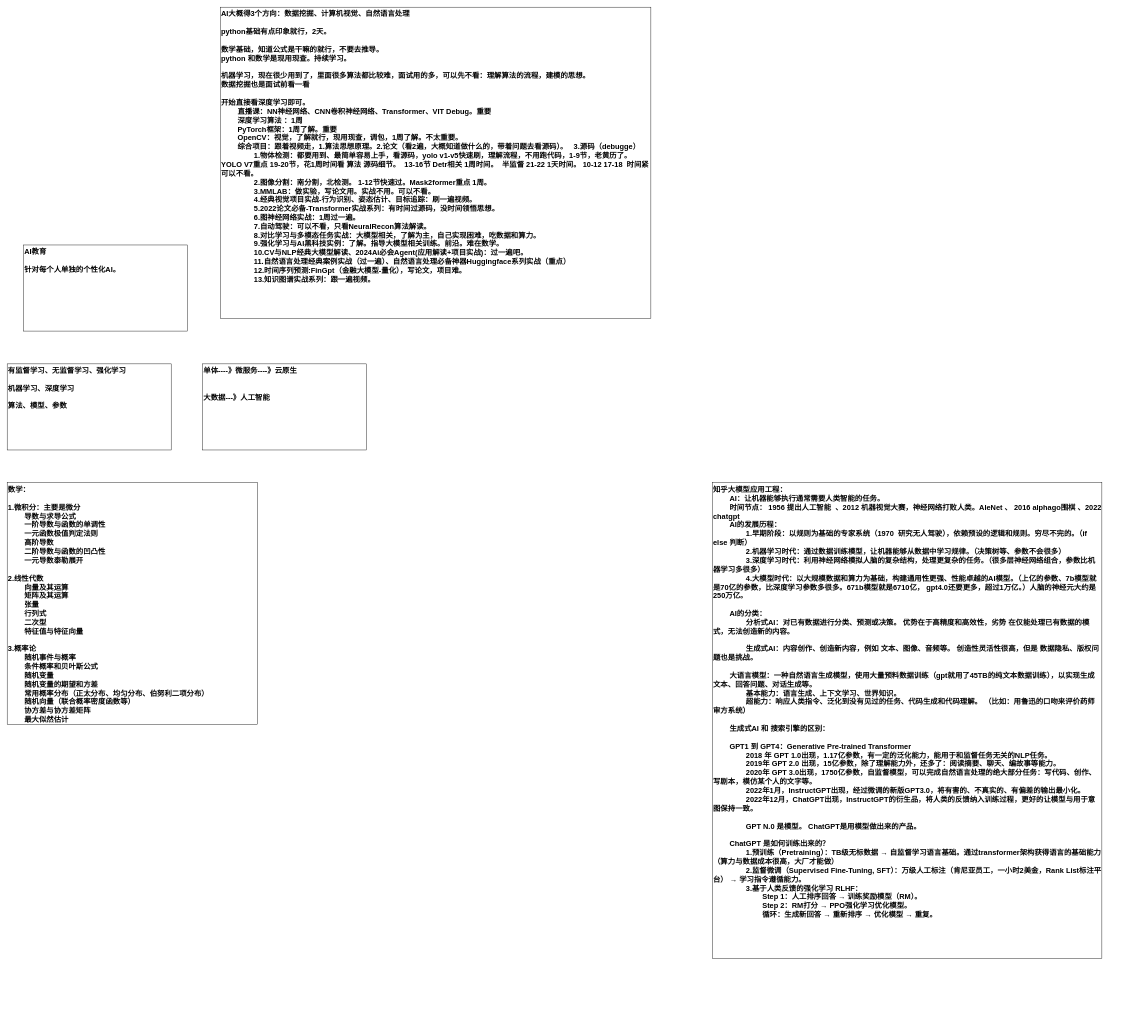
This is AI/百战AI.drawio from KGwolf/MyDraw, a draw.io file, before an edit. Source tidied: cells renumbered, new cells numbered last; positions are measured from the earlier drawing's top-left corner, leaving out a move shared by most shapes. Both pictures are drawn from the tidied source at 41%, with x=0, y=0 at pixel (7, 7).
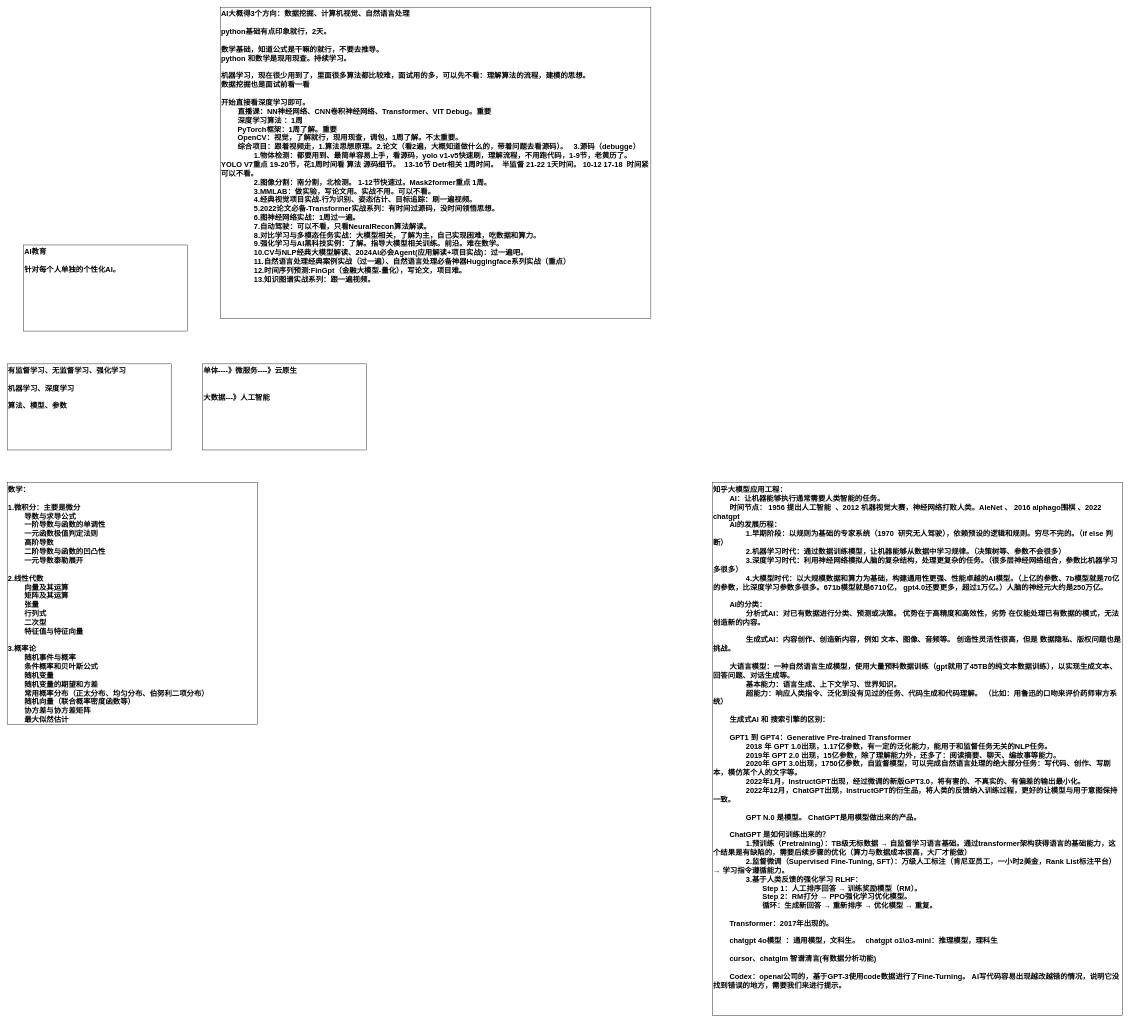
The same diagram, later.

The edit, as a diff of the source:
```diff
@@
-    <mxCell id="7" value="知乎大模型应用工程：&lt;div&gt;&lt;span style=&quot;white-space: pre;&quot;&gt;&#9;&lt;/span&gt;AI：让机器能够执行通常需要人类智能的任务。&lt;/div&gt;&lt;div&gt;&lt;span style=&quot;white-space: pre;&quot;&gt;&#9;&lt;/span&gt;时间节点： 1956 提出人工智能&amp;nbsp; 、2012 机器视觉大赛，神经网络打败人类。AleNet 、 2016 alphago围棋 、2022 chatgpt&lt;br&gt;&lt;div&gt;&lt;span style=&quot;white-space: pre;&quot;&gt;&#9;&lt;/span&gt;AI的发展历程：&lt;br&gt;&lt;/div&gt;&lt;div&gt;&lt;span style=&quot;white-space: pre;&quot;&gt;&#9;&lt;/span&gt;&lt;span style=&quot;white-space: pre;&quot;&gt;&#9;&lt;/span&gt;1.早期阶段：以规则为基础的专家系统（1970&amp;nbsp; 研究无人驾驶），依赖预设的逻辑和规则。穷尽不完的。（if else 判断）&lt;br&gt;&lt;/div&gt;&lt;div&gt;&lt;span style=&quot;white-space: pre;&quot;&gt;&#9;&lt;/span&gt;&lt;span style=&quot;white-space: pre;&quot;&gt;&#9;&lt;/span&gt;2.机器学习时代：通过数据训练模型，让机器能够从数据中学习规律。（决策树等、参数不会很多）&lt;br&gt;&lt;/div&gt;&lt;/div&gt;&lt;div&gt;&lt;span style=&quot;white-space: pre;&quot;&gt;&#9;&lt;/span&gt;&lt;span style=&quot;white-space: pre;&quot;&gt;&#9;&lt;/span&gt;3.深度学习时代：利用神经网络模拟人脑的复杂结构，处理更复杂的任务。（很多层神经网络组合，参数比机器学习多很多）&lt;br&gt;&lt;/div&gt;&lt;div&gt;&lt;span style=&quot;white-space: pre;&quot;&gt;&#9;&lt;/span&gt;&lt;span style=&quot;white-space: pre;&quot;&gt;&#9;&lt;/span&gt;4.大模型时代：以大规模数据和算力为基础，构建通用性更强、性能卓越的AI模型。（上亿的参数、7b模型就是70亿的参数，比深度学习参数多很多。671b模型就是6710亿， gpt4.0还要更多，超过1万亿。）&lt;span style=&quot;background-color: transparent; color: light-dark(rgb(0, 0, 0), rgb(255, 255, 255));&quot;&gt;人脑的神经元大约是250万亿。&lt;/span&gt;&lt;br&gt;&lt;/div&gt;&lt;div&gt;&lt;span style=&quot;white-space: pre;&quot;&gt;&#9;&lt;/span&gt;&lt;br&gt;&lt;/div&gt;&lt;div&gt;&lt;span style=&quot;white-space: pre;&quot;&gt;&#9;&lt;/span&gt;AI的分类：&lt;br&gt;&lt;/div&gt;&lt;div&gt;&lt;span style=&quot;white-space: pre;&quot;&gt;&#9;&lt;/span&gt;&lt;span style=&quot;white-space: pre;&quot;&gt;&#9;&lt;/span&gt;分析式AI：对已有数据进行分类、预测或决策。 优势在于高精度和高效性，劣势 在仅能处理已有数据的模式，无法创造新的内容。&lt;br&gt;&lt;/div&gt;&lt;div&gt;&lt;span style=&quot;white-space: pre;&quot;&gt;&#9;&lt;/span&gt;&lt;span style=&quot;white-space: pre;&quot;&gt;&#9;&lt;/span&gt;&lt;br&gt;&lt;/div&gt;&lt;div&gt;&lt;span style=&quot;white-space: pre;&quot;&gt;&#9;&lt;/span&gt;&lt;span style=&quot;white-space: pre;&quot;&gt;&#9;&lt;/span&gt;生成式AI：内容创作、创造新内容，例如 文本、图像、音频等。 创造性灵活性很高，但是 数据隐私、版权问题也是挑战。&lt;br&gt;&lt;/div&gt;&lt;div&gt;&lt;br&gt;&lt;/div&gt;&lt;div&gt;&lt;span style=&quot;white-space: pre;&quot;&gt;&#9;&lt;/span&gt;大语言模型：一种自然语言生成模型，使用大量预料数据训练（gpt就用了45TB的纯文本数据训练），以实现生成文本、回答问题、对话生成等。&lt;br&gt;&lt;/div&gt;&lt;div&gt;&lt;span style=&quot;white-space: pre;&quot;&gt;&#9;&lt;/span&gt;&lt;span style=&quot;white-space: pre;&quot;&gt;&#9;&lt;/span&gt;基本能力：语言生成、上下文学习、世界知识。&lt;br&gt;&lt;/div&gt;&lt;div&gt;&lt;span style=&quot;white-space: pre;&quot;&gt;&#9;&lt;/span&gt;&lt;span style=&quot;white-space: pre;&quot;&gt;&#9;&lt;/span&gt;超能力：响应人类指令、泛化到没有见过的任务、代码生成和代码理解。 （比如：用鲁迅的口吻来评价药师审方系统）&lt;br&gt;&lt;/div&gt;&lt;div&gt;&lt;br&gt;&lt;/div&gt;&lt;div&gt;&lt;span style=&quot;white-space: pre;&quot;&gt;&#9;&lt;/span&gt;生成式AI 和 搜索引擎的区别：&lt;br&gt;&lt;/div&gt;&lt;div&gt;&lt;br&gt;&lt;/div&gt;&lt;div&gt;&lt;span style=&quot;white-space: pre;&quot;&gt;&#9;&lt;/span&gt;GPT1 到 GPT4：Generative Pre-trained Transformer&lt;br&gt;&lt;/div&gt;&lt;div&gt;&lt;span style=&quot;white-space: pre;&quot;&gt;&#9;&lt;/span&gt;&lt;span style=&quot;white-space: pre;&quot;&gt;&#9;&lt;/span&gt;2018 年 GPT 1.0出现，1.17亿参数，有一定的泛化能力，能用于和监督任务无关的NLP任务。&lt;br&gt;&lt;/div&gt;&lt;div&gt;&lt;span style=&quot;white-space: pre;&quot;&gt;&#9;&lt;/span&gt;&lt;span style=&quot;white-space: pre;&quot;&gt;&#9;&lt;/span&gt;2019年 GPT 2.0 出现，15亿参数，除了理解能力外，还多了：阅读摘要、聊天、编故事等能力。&lt;br&gt;&lt;/div&gt;&lt;div&gt;&lt;span style=&quot;white-space: pre;&quot;&gt;&#9;&lt;/span&gt;&lt;span style=&quot;white-space: pre;&quot;&gt;&#9;&lt;/span&gt;2020年 GPT 3.0出现，1750亿参数，自监督模型，可以完成自然语言处理的绝大部分任务：写代码、创作、写剧本，模仿某个人的文字等。&lt;/div&gt;&lt;div&gt;&lt;span style=&quot;white-space: pre;&quot;&gt;&#9;&lt;/span&gt;&lt;span style=&quot;white-space: pre;&quot;&gt;&#9;&lt;/span&gt;2022年1月，InstructGPT出现，经过微调的新版GPT3.0，将有害的、不真实的、有偏差的输出最小化。&lt;br&gt;&lt;/div&gt;&lt;div&gt;&lt;span style=&quot;white-space: pre;&quot;&gt;&#9;&lt;/span&gt;&lt;span style=&quot;white-space: pre;&quot;&gt;&#9;&lt;/span&gt;2022年12月，ChatGPT出现，&lt;span style=&quot;background-color: transparent; color: light-dark(rgb(0, 0, 0), rgb(255, 255, 255));&quot;&gt;InstructGPT的衍生品，将人类的反馈纳入训练过程，更好的让模型与用于意图保持一致。&lt;/span&gt;&lt;br&gt;&lt;/div&gt;&lt;div&gt;&lt;span style=&quot;background-color: transparent; color: light-dark(rgb(0, 0, 0), rgb(255, 255, 255));&quot;&gt;&lt;br&gt;&lt;/span&gt;&lt;/div&gt;&lt;div&gt;&lt;span style=&quot;background-color: transparent; color: light-dark(rgb(0, 0, 0), rgb(255, 255, 255));&quot;&gt;&lt;span style=&quot;white-space: pre;&quot;&gt;&#9;&lt;/span&gt;&lt;span style=&quot;white-space: pre;&quot;&gt;&#9;&lt;/span&gt;GPT N.0 是模型。 ChatGPT是用模型做出来的产品。&lt;br&gt;&lt;/span&gt;&lt;/div&gt;&lt;div&gt;&lt;span style=&quot;background-color: transparent; color: light-dark(rgb(0, 0, 0), rgb(255, 255, 255));&quot;&gt;&lt;br&gt;&lt;/span&gt;&lt;/div&gt;&lt;div&gt;&lt;span style=&quot;background-color: transparent; color: light-dark(rgb(0, 0, 0), rgb(255, 255, 255));&quot;&gt;&lt;span style=&quot;white-space: pre;&quot;&gt;&#9;&lt;/span&gt;ChatGPT 是如何训练出来的？&lt;br&gt;&lt;/span&gt;&lt;/div&gt;&lt;div&gt;&lt;span style=&quot;background-color: transparent; color: light-dark(rgb(0, 0, 0), rgb(255, 255, 255));&quot;&gt;&lt;span style=&quot;white-space: pre;&quot;&gt;&#9;&lt;/span&gt;&lt;span style=&quot;white-space: pre;&quot;&gt;&#9;&lt;/span&gt;1.&lt;/span&gt;&lt;span style=&quot;background-color: transparent;&quot;&gt;预训练&lt;/span&gt;&lt;span style=&quot;background-color: transparent;&quot;&gt;（Pretraining）&lt;/span&gt;&lt;span style=&quot;background-color: transparent; color: light-dark(rgb(0, 0, 0), rgb(255, 255, 255));&quot;&gt;：TB级无标数据 → 自监督学习语言基础。通过transformer架构获得语言的基础能力（算力与数据成本很高，大厂才能做）&lt;/span&gt;&lt;/div&gt;&lt;div&gt;&lt;span style=&quot;white-space: pre;&quot;&gt;&#9;&lt;/span&gt;&lt;span style=&quot;white-space: pre;&quot;&gt;&#9;&lt;/span&gt;2.监督微调（Supervised Fine-Tuning, SFT）：万级人工标注（肯尼亚员工，一小时2美金，Rank List标注平台） → 学习指令遵循能力。&lt;/div&gt;&lt;div&gt;&lt;span style=&quot;white-space: pre;&quot;&gt;&#9;&lt;/span&gt;&lt;span style=&quot;white-space: pre;&quot;&gt;&#9;&lt;/span&gt;3.基于人类反馈的强化学习 RLHF：&lt;/div&gt;&lt;div&gt;&lt;span style=&quot;white-space: pre;&quot;&gt;&#9;&lt;/span&gt;&lt;span style=&quot;white-space: pre;&quot;&gt;&#9;&lt;/span&gt;&lt;span style=&quot;white-space: pre;&quot;&gt;&#9;&lt;/span&gt;Step 1：人工排序回答 → 训练奖励模型（RM）。&lt;/div&gt;&lt;div&gt;&lt;span style=&quot;white-space: pre;&quot;&gt;&#9;&lt;/span&gt;&lt;span style=&quot;white-space: pre;&quot;&gt;&#9;&lt;/span&gt;&lt;span style=&quot;white-space: pre;&quot;&gt;&#9;&lt;/span&gt;Step 2：RM打分 → PPO强化学习优化模型。&lt;/div&gt;&lt;div&gt;&lt;span style=&quot;white-space: pre;&quot;&gt;&#9;&lt;/span&gt;&lt;span style=&quot;white-space: pre;&quot;&gt;&#9;&lt;/span&gt;&lt;span style=&quot;white-space: pre;&quot;&gt;&#9;&lt;/span&gt;循环：生成新回答 → 重新排序 → 优化模型 → 重复。&lt;/div&gt;&lt;div&gt;&lt;br&gt;&lt;/div&gt;&lt;div&gt;&lt;span style=&quot;white-space: pre;&quot;&gt;&#9;&lt;/span&gt;&lt;br&gt;&lt;/div&gt;" style="rounded=0;whiteSpace=wrap;html=1;strokeWidth=1;fontSize=18;verticalAlign=top;align=left;fontStyle=1;" parent="1" vertex="1">
-      <mxGeometry x="1720" y="1160" width="950" height="1160" as="geometry" />
+    <mxCell id="7" value="知乎大模型应用工程：&lt;div&gt;&lt;span style=&quot;white-space: pre;&quot;&gt;&#9;&lt;/span&gt;AI：让机器能够执行通常需要人类智能的任务。&lt;/div&gt;&lt;div&gt;&lt;span style=&quot;white-space: pre;&quot;&gt;&#9;&lt;/span&gt;时间节点： 1956 提出人工智能&amp;nbsp; 、2012 机器视觉大赛，神经网络打败人类。AleNet 、 2016 alphago围棋 、2022 chatgpt&lt;br&gt;&lt;div&gt;&lt;span style=&quot;white-space: pre;&quot;&gt;&#9;&lt;/span&gt;AI的发展历程：&lt;br&gt;&lt;/div&gt;&lt;div&gt;&lt;span style=&quot;white-space: pre;&quot;&gt;&#9;&lt;/span&gt;&lt;span style=&quot;white-space: pre;&quot;&gt;&#9;&lt;/span&gt;1.早期阶段：以规则为基础的专家系统（1970&amp;nbsp; 研究无人驾驶），依赖预设的逻辑和规则。穷尽不完的。（if else 判断）&lt;br&gt;&lt;/div&gt;&lt;div&gt;&lt;span style=&quot;white-space: pre;&quot;&gt;&#9;&lt;/span&gt;&lt;span style=&quot;white-space: pre;&quot;&gt;&#9;&lt;/span&gt;2.机器学习时代：通过数据训练模型，让机器能够从数据中学习规律。（决策树等、参数不会很多）&lt;br&gt;&lt;/div&gt;&lt;/div&gt;&lt;div&gt;&lt;span style=&quot;white-space: pre;&quot;&gt;&#9;&lt;/span&gt;&lt;span style=&quot;white-space: pre;&quot;&gt;&#9;&lt;/span&gt;3.深度学习时代：利用神经网络模拟人脑的复杂结构，处理更复杂的任务。（很多层神经网络组合，参数比机器学习多很多）&lt;br&gt;&lt;/div&gt;&lt;div&gt;&lt;span style=&quot;white-space: pre;&quot;&gt;&#9;&lt;/span&gt;&lt;span style=&quot;white-space: pre;&quot;&gt;&#9;&lt;/span&gt;4.大模型时代：以大规模数据和算力为基础，构建通用性更强、性能卓越的AI模型。（上亿的参数、7b模型就是70亿的参数，比深度学习参数多很多。671b模型就是6710亿， gpt4.0还要更多，超过1万亿。）&lt;span style=&quot;background-color: transparent; color: light-dark(rgb(0, 0, 0), rgb(255, 255, 255));&quot;&gt;人脑的神经元大约是250万亿。&lt;/span&gt;&lt;br&gt;&lt;/div&gt;&lt;div&gt;&lt;span style=&quot;white-space: pre;&quot;&gt;&#9;&lt;/span&gt;&lt;br&gt;&lt;/div&gt;&lt;div&gt;&lt;span style=&quot;white-space: pre;&quot;&gt;&#9;&lt;/span&gt;AI的分类：&lt;br&gt;&lt;/div&gt;&lt;div&gt;&lt;span style=&quot;white-space: pre;&quot;&gt;&#9;&lt;/span&gt;&lt;span style=&quot;white-space: pre;&quot;&gt;&#9;&lt;/span&gt;分析式AI：对已有数据进行分类、预测或决策。 优势在于高精度和高效性，劣势 在仅能处理已有数据的模式，无法创造新的内容。&lt;br&gt;&lt;/div&gt;&lt;div&gt;&lt;span style=&quot;white-space: pre;&quot;&gt;&#9;&lt;/span&gt;&lt;span style=&quot;white-space: pre;&quot;&gt;&#9;&lt;/span&gt;&lt;br&gt;&lt;/div&gt;&lt;div&gt;&lt;span style=&quot;white-space: pre;&quot;&gt;&#9;&lt;/span&gt;&lt;span style=&quot;white-space: pre;&quot;&gt;&#9;&lt;/span&gt;生成式AI：内容创作、创造新内容，例如 文本、图像、音频等。 创造性灵活性很高，但是 数据隐私、版权问题也是挑战。&lt;br&gt;&lt;/div&gt;&lt;div&gt;&lt;br&gt;&lt;/div&gt;&lt;div&gt;&lt;span style=&quot;white-space: pre;&quot;&gt;&#9;&lt;/span&gt;大语言模型：一种自然语言生成模型，使用大量预料数据训练（gpt就用了45TB的纯文本数据训练），以实现生成文本、回答问题、对话生成等。&lt;br&gt;&lt;/div&gt;&lt;div&gt;&lt;span style=&quot;white-space: pre;&quot;&gt;&#9;&lt;/span&gt;&lt;span style=&quot;white-space: pre;&quot;&gt;&#9;&lt;/span&gt;基本能力：语言生成、上下文学习、世界知识。&lt;br&gt;&lt;/div&gt;&lt;div&gt;&lt;span style=&quot;white-space: pre;&quot;&gt;&#9;&lt;/span&gt;&lt;span style=&quot;white-space: pre;&quot;&gt;&#9;&lt;/span&gt;超能力：响应人类指令、泛化到没有见过的任务、代码生成和代码理解。 （比如：用鲁迅的口吻来评价药师审方系统）&lt;br&gt;&lt;/div&gt;&lt;div&gt;&lt;br&gt;&lt;/div&gt;&lt;div&gt;&lt;span style=&quot;white-space: pre;&quot;&gt;&#9;&lt;/span&gt;生成式AI 和 搜索引擎的区别：&lt;br&gt;&lt;/div&gt;&lt;div&gt;&lt;br&gt;&lt;/div&gt;&lt;div&gt;&lt;span style=&quot;white-space: pre;&quot;&gt;&#9;&lt;/span&gt;GPT1 到 GPT4：Generative Pre-trained Transformer&lt;br&gt;&lt;/div&gt;&lt;div&gt;&lt;span style=&quot;white-space: pre;&quot;&gt;&#9;&lt;/span&gt;&lt;span style=&quot;white-space: pre;&quot;&gt;&#9;&lt;/span&gt;2018 年 GPT 1.0出现，1.17亿参数，有一定的泛化能力，能用于和监督任务无关的NLP任务。&lt;br&gt;&lt;/div&gt;&lt;div&gt;&lt;span style=&quot;white-space: pre;&quot;&gt;&#9;&lt;/span&gt;&lt;span style=&quot;white-space: pre;&quot;&gt;&#9;&lt;/span&gt;2019年 GPT 2.0 出现，15亿参数，除了理解能力外，还多了：阅读摘要、聊天、编故事等能力。&lt;br&gt;&lt;/div&gt;&lt;div&gt;&lt;span style=&quot;white-space: pre;&quot;&gt;&#9;&lt;/span&gt;&lt;span style=&quot;white-space: pre;&quot;&gt;&#9;&lt;/span&gt;2020年 GPT 3.0出现，1750亿参数，自监督模型，可以完成自然语言处理的绝大部分任务：写代码、创作、写剧本，模仿某个人的文字等。&lt;/div&gt;&lt;div&gt;&lt;span style=&quot;white-space: pre;&quot;&gt;&#9;&lt;/span&gt;&lt;span style=&quot;white-space: pre;&quot;&gt;&#9;&lt;/span&gt;2022年1月，InstructGPT出现，经过微调的新版GPT3.0，将有害的、不真实的、有偏差的输出最小化。&lt;br&gt;&lt;/div&gt;&lt;div&gt;&lt;span style=&quot;white-space: pre;&quot;&gt;&#9;&lt;/span&gt;&lt;span style=&quot;white-space: pre;&quot;&gt;&#9;&lt;/span&gt;2022年12月，ChatGPT出现，&lt;span style=&quot;background-color: transparent; color: light-dark(rgb(0, 0, 0), rgb(255, 255, 255));&quot;&gt;InstructGPT的衍生品，将人类的反馈纳入训练过程，更好的让模型与用于意图保持一致。&lt;/span&gt;&lt;br&gt;&lt;/div&gt;&lt;div&gt;&lt;span style=&quot;background-color: transparent; color: light-dark(rgb(0, 0, 0), rgb(255, 255, 255));&quot;&gt;&lt;br&gt;&lt;/span&gt;&lt;/div&gt;&lt;div&gt;&lt;span style=&quot;background-color: transparent; color: light-dark(rgb(0, 0, 0), rgb(255, 255, 255));&quot;&gt;&lt;span style=&quot;white-space: pre;&quot;&gt;&#9;&lt;/span&gt;&lt;span style=&quot;white-space: pre;&quot;&gt;&#9;&lt;/span&gt;GPT N.0 是模型。 ChatGPT是用模型做出来的产品。&lt;br&gt;&lt;/span&gt;&lt;/div&gt;&lt;div&gt;&lt;span style=&quot;background-color: transparent; color: light-dark(rgb(0, 0, 0), rgb(255, 255, 255));&quot;&gt;&lt;br&gt;&lt;/span&gt;&lt;/div&gt;&lt;div&gt;&lt;span style=&quot;background-color: transparent; color: light-dark(rgb(0, 0, 0), rgb(255, 255, 255));&quot;&gt;&lt;span style=&quot;white-space: pre;&quot;&gt;&#9;&lt;/span&gt;ChatGPT 是如何训练出来的？&lt;br&gt;&lt;/span&gt;&lt;/div&gt;&lt;div&gt;&lt;span style=&quot;background-color: transparent; color: light-dark(rgb(0, 0, 0), rgb(255, 255, 255));&quot;&gt;&lt;span style=&quot;white-space: pre;&quot;&gt;&#9;&lt;/span&gt;&lt;span style=&quot;white-space: pre;&quot;&gt;&#9;&lt;/span&gt;1.&lt;/span&gt;&lt;span style=&quot;background-color: transparent;&quot;&gt;预训练&lt;/span&gt;&lt;span style=&quot;background-color: transparent;&quot;&gt;（Pretraining）&lt;/span&gt;&lt;span style=&quot;background-color: transparent; color: light-dark(rgb(0, 0, 0), rgb(255, 255, 255));&quot;&gt;：TB级无标数据 → 自监督学习语言基础。通过transformer架构获得语言的基础能力，这个结果是有缺陷的，需要后续步骤的优化（算力与数据成本很高，大厂才能做）&lt;/span&gt;&lt;/div&gt;&lt;div&gt;&lt;span style=&quot;white-space: pre;&quot;&gt;&#9;&lt;/span&gt;&lt;span style=&quot;white-space: pre;&quot;&gt;&#9;&lt;/span&gt;2.监督微调（Supervised Fine-Tuning, SFT）：万级人工标注（肯尼亚员工，一小时2美金，Rank List标注平台） → 学习指令遵循能力。&lt;/div&gt;&lt;div&gt;&lt;span style=&quot;white-space: pre;&quot;&gt;&#9;&lt;/span&gt;&lt;span style=&quot;white-space: pre;&quot;&gt;&#9;&lt;/span&gt;3.基于人类反馈的强化学习 RLHF：&lt;/div&gt;&lt;div&gt;&lt;span style=&quot;white-space: pre;&quot;&gt;&#9;&lt;/span&gt;&lt;span style=&quot;white-space: pre;&quot;&gt;&#9;&lt;/span&gt;&lt;span style=&quot;white-space: pre;&quot;&gt;&#9;&lt;/span&gt;Step 1：人工排序回答 → 训练奖励模型（RM）。&lt;/div&gt;&lt;div&gt;&lt;span style=&quot;white-space: pre;&quot;&gt;&#9;&lt;/span&gt;&lt;span style=&quot;white-space: pre;&quot;&gt;&#9;&lt;/span&gt;&lt;span style=&quot;white-space: pre;&quot;&gt;&#9;&lt;/span&gt;Step 2：RM打分 → PPO强化学习优化模型。&lt;/div&gt;&lt;div&gt;&lt;span style=&quot;white-space: pre;&quot;&gt;&#9;&lt;/span&gt;&lt;span style=&quot;white-space: pre;&quot;&gt;&#9;&lt;/span&gt;&lt;span style=&quot;white-space: pre;&quot;&gt;&#9;&lt;/span&gt;循环：生成新回答 → 重新排序 → 优化模型 → 重复。&lt;/div&gt;&lt;div&gt;&lt;br&gt;&lt;/div&gt;&lt;div&gt;&lt;span style=&quot;white-space: pre;&quot;&gt;&#9;&lt;/span&gt;Transformer：2017年出现的。&lt;br&gt;&lt;/div&gt;&lt;div&gt;&lt;br&gt;&lt;/div&gt;&lt;div&gt;&lt;span style=&quot;white-space: pre;&quot;&gt;&#9;&lt;/span&gt;chatgpt 4o模型&amp;nbsp; ：通用模型，文科生。&amp;nbsp; &amp;nbsp;chatgpt o1\o3-mini：推理模型，理科生&lt;br&gt;&lt;/div&gt;&lt;div&gt;&lt;br&gt;&lt;/div&gt;&lt;div&gt;&lt;span style=&quot;white-space: pre;&quot;&gt;&#9;&lt;/span&gt;cursor、chatglm 智谱清言(有数据分析功能)&lt;br&gt;&lt;/div&gt;&lt;div&gt;&lt;br&gt;&lt;/div&gt;&lt;div&gt;&lt;span style=&quot;white-space: pre;&quot;&gt;&#9;&lt;/span&gt;Codex：openai公司的，基于GPT-3使用code数据进行了Fine-Turning。 AI写代码容易出现越改越错的情况，说明它没找到错误的地方，需要我们来进行提示。&lt;br&gt;&lt;/div&gt;" style="rounded=0;whiteSpace=wrap;html=1;strokeWidth=1;fontSize=18;verticalAlign=top;align=left;fontStyle=1;" parent="1" vertex="1">
+      <mxGeometry x="1720" y="1160" width="1000" height="1300" as="geometry" />
     </mxCell>
```
